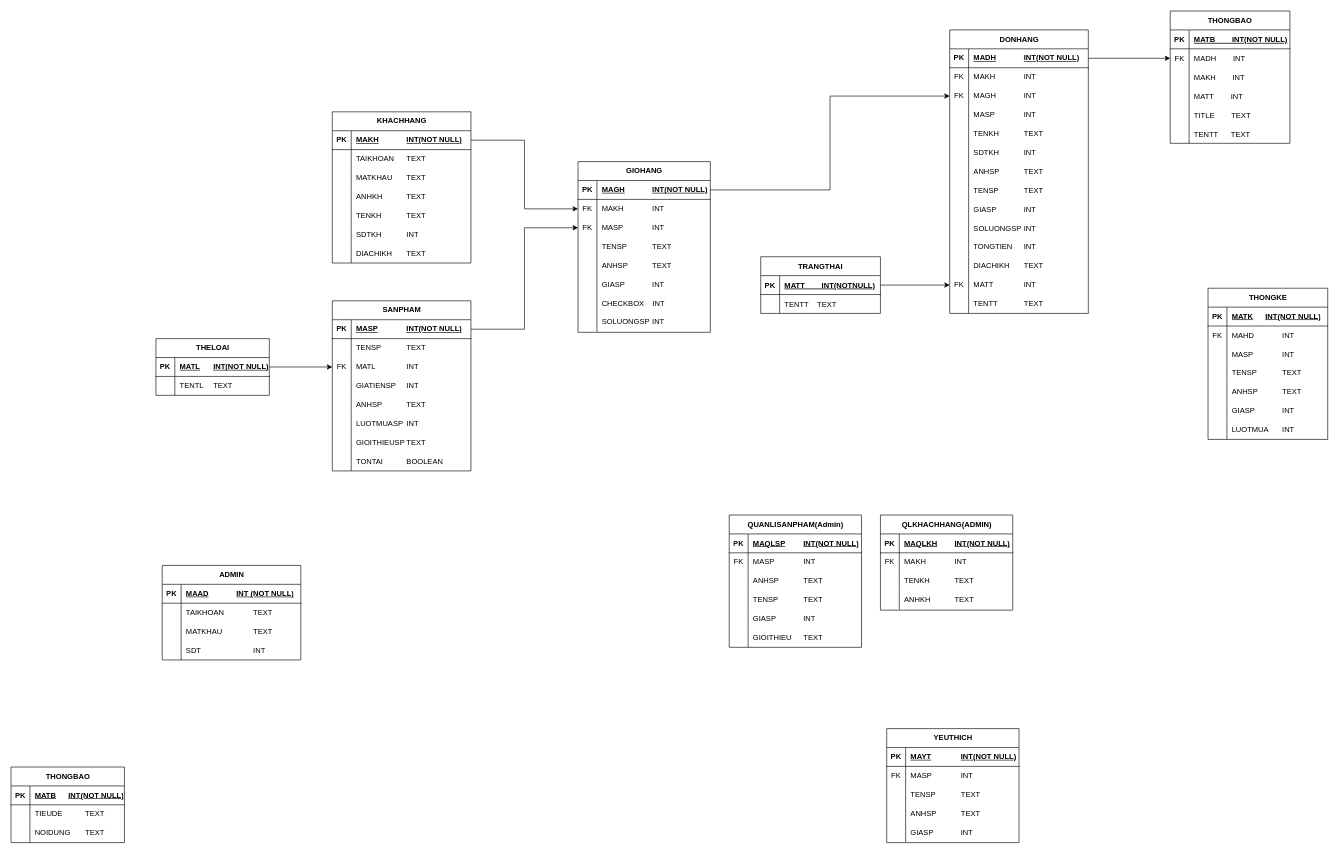
Above: Untitled Diagram.drawio in Minh209204/D-n-1 (draw.io), before the change. Source tidied: cells renumbered, new cells numbered last; positions are measured from the earlier drawing's top-left corner, leaving out a move shared by most shapes. Both pictures are drawn from the tidied source at 63%, with x=0, y=0 at pixel (11, 11).
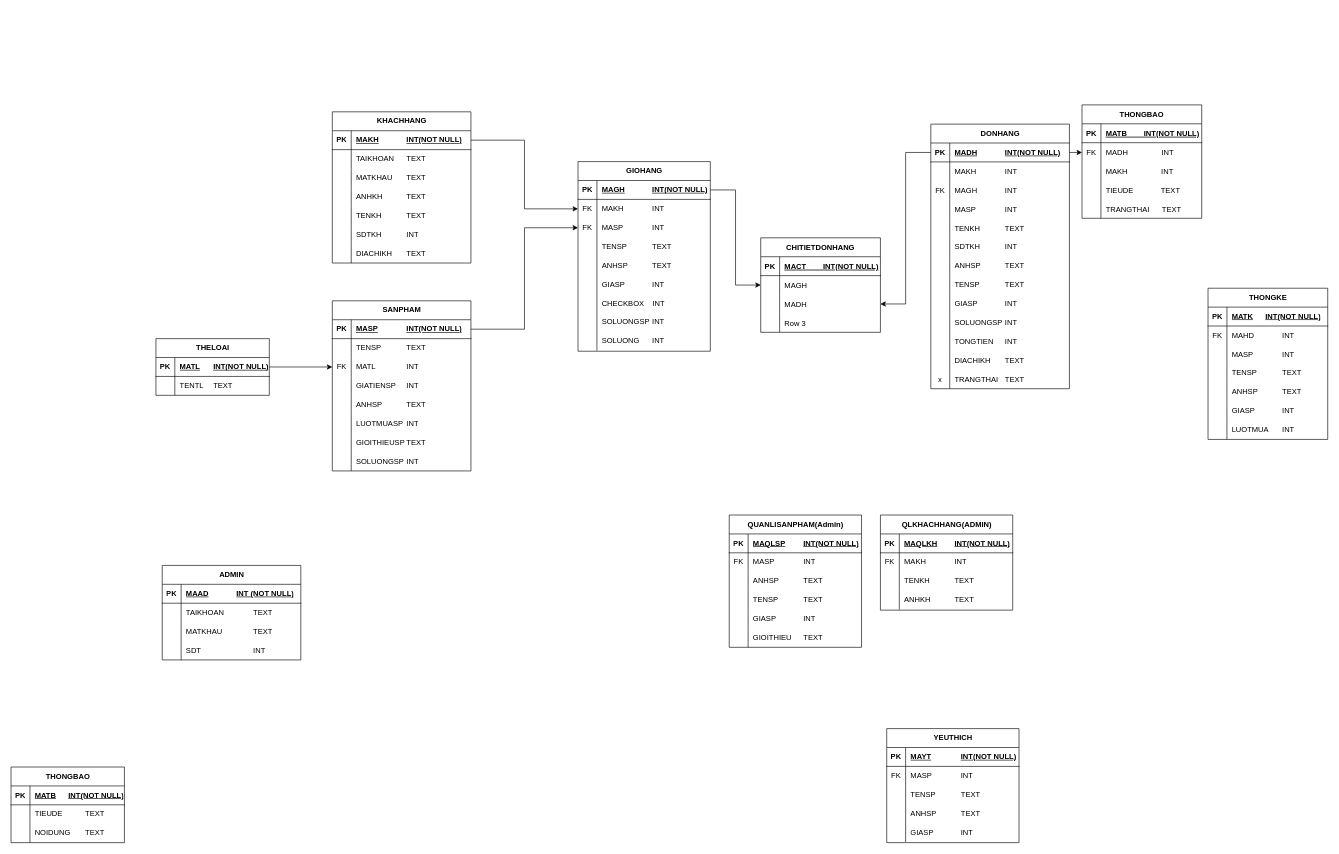
The same diagram, later.

Unchanged cells that the change refers to:
```xml
<mxCell id="3" style="shape=tableRow;horizontal=0;startSize=0;swimlaneHead=0;swimlaneBody=0;fillColor=none;points=[[0,0.5],[1,0.5]];portConstraint=eastwest;top=0;left=0;right=0;bottom=1;" parent="2" vertex="1">
  <mxGeometry y="30" width="220" height="30" as="geometry" />
</mxCell>
<mxCell id="38" style="shape=tableRow;horizontal=0;startSize=0;swimlaneHead=0;swimlaneBody=0;fillColor=none;points=[[0,0.5],[1,0.5]];portConstraint=eastwest;top=0;left=0;right=0;bottom=1;" parent="37" vertex="1">
  <mxGeometry y="30" width="210" height="30" as="geometry" />
</mxCell>
<mxCell id="41" style="shape=tableRow;horizontal=0;startSize=0;swimlaneHead=0;swimlaneBody=0;fillColor=none;points=[[0,0.5],[1,0.5]];portConstraint=eastwest;top=0;left=0;right=0;bottom=0;" parent="37" vertex="1">
  <mxGeometry y="60" width="210" height="30" as="geometry" />
</mxCell>
<mxCell id="84" style="shape=tableRow;horizontal=0;startSize=0;swimlaneHead=0;swimlaneBody=0;fillColor=none;top=0;left=0;right=0;bottom=0;" parent="62" vertex="1">
  <mxGeometry y="240" width="220" height="30" as="geometry" />
</mxCell>
<mxCell id="178" style="shape=tableRow;horizontal=0;startSize=0;swimlaneHead=0;swimlaneBody=0;fillColor=none;points=[[0,0.5],[1,0.5]];portConstraint=eastwest;top=0;left=0;right=0;bottom=1;" parent="177" vertex="1">
  <mxGeometry y="30" width="220" height="30" as="geometry" />
</mxCell>
<mxCell id="181" style="shape=tableRow;horizontal=0;startSize=0;swimlaneHead=0;swimlaneBody=0;fillColor=none;top=0;left=0;right=0;bottom=0;" parent="177" vertex="1">
  <mxGeometry y="60" width="220" height="30" as="geometry" />
</mxCell>
<mxCell id="184" style="shape=tableRow;horizontal=0;startSize=0;swimlaneHead=0;swimlaneBody=0;fillColor=none;points=[[0,0.5],[1,0.5]];portConstraint=eastwest;top=0;left=0;right=0;bottom=0;" parent="177" vertex="1">
  <mxGeometry y="90" width="220" height="30" as="geometry" />
</mxCell>
<mxCell id="224" style="shape=tableRow;horizontal=0;startSize=0;swimlaneHead=0;swimlaneBody=0;fillColor=none;points=[[0,0.5],[1,0.5]];portConstraint=eastwest;top=0;left=0;right=0;bottom=0;" parent="220" vertex="1">
  <mxGeometry y="60" width="190" height="30" as="geometry" />
</mxCell>
<mxCell id="227" style="shape=tableRow;horizontal=0;startSize=0;swimlaneHead=0;swimlaneBody=0;fillColor=none;top=0;left=0;right=0;bottom=0;" parent="220" vertex="1">
  <mxGeometry y="90" width="190" height="30" as="geometry" />
</mxCell>
```

What changed in the source:
```diff
@@
     <mxCell id="37" value="GIOHANG" style="shape=table;startSize=30;childLayout=tableLayout;rowLines=0;fontStyle=1;align=center;html=1;" parent="1" vertex="1">
-      <mxGeometry x="900" y="239" width="210" height="271" as="geometry" />
+      <mxGeometry x="900" y="239" width="210" height="301" as="geometry" />
     </mxCell>
@@
+    <mxCell id="249" style="shape=tableRow;horizontal=0;startSize=0;swimlaneHead=0;swimlaneBody=0;fillColor=none;top=0;left=0;right=0;bottom=0;" parent="37" vertex="1">
+      <mxGeometry y="270" width="210" height="30" as="geometry" />
+    </mxCell>
+    <mxCell id="250" style="shape=partialRectangle;fillColor=none;top=0;left=0;bottom=0;right=0;overflow=hidden;whiteSpace=wrap;html=1;" parent="249" vertex="1">
+      <mxGeometry width="30" height="30" as="geometry" />
+    </mxCell>
+    <mxCell id="251" value="SOLUONG&lt;span style=&quot;white-space: pre;&quot;&gt;&#9;&lt;/span&gt;INT" style="shape=partialRectangle;fillColor=none;top=0;left=0;bottom=0;right=0;align=left;spacingLeft=6;overflow=hidden;whiteSpace=wrap;html=1;" parent="249" vertex="1">
+      <mxGeometry x="30" width="180" height="30" as="geometry" />
+    </mxCell>
@@
-    <mxCell id="86" value="TONTAI&lt;span style=&quot;white-space: pre;&quot;&gt;&#9;&lt;/span&gt;&lt;span style=&quot;white-space: pre;&quot;&gt;&#9;&lt;/span&gt;BOOLEAN" style="shape=partialRectangle;fillColor=none;top=0;left=0;bottom=0;right=0;align=left;spacingLeft=6;overflow=hidden;whiteSpace=wrap;html=1;" parent="84" vertex="1">
+    <mxCell id="86" value="SOLUONGSP&lt;span style=&quot;white-space: pre;&quot;&gt;&#9;&lt;/span&gt;INT" style="shape=partialRectangle;fillColor=none;top=0;left=0;bottom=0;right=0;align=left;spacingLeft=6;overflow=hidden;whiteSpace=wrap;html=1;" parent="84" vertex="1">
       <mxGeometry x="30" width="190" height="30" as="geometry" />
     </mxCell>
@@
-    <mxCell id="176" style="edgeStyle=orthogonalEdgeStyle;rounded=0;jettySize=auto;html=1;exitX=1;exitY=0.5;exitDx=0;exitDy=0;entryX=0;entryY=0.5;entryDx=0;entryDy=0;" parent="1" edge="1" source="38" target="184">
-      <mxGeometry relative="1" as="geometry" />
-    </mxCell>
     <mxCell id="177" value="DONHANG" style="shape=table;startSize=30;childLayout=tableLayout;rowLines=0;fontStyle=1;align=center;html=1;" parent="1" vertex="1">
-      <mxGeometry x="1490" y="30" width="220" height="450" as="geometry" />
+      <mxGeometry x="1460" y="179.5" width="220" height="420" as="geometry" />
     </mxCell>
@@
-    <mxCell id="182" value="FK" style="shape=partialRectangle;fillColor=none;top=0;left=0;bottom=0;right=0;overflow=hidden;whiteSpace=wrap;html=1;" parent="181" vertex="1">
+    <mxCell id="182" style="shape=partialRectangle;fillColor=none;top=0;left=0;bottom=0;right=0;overflow=hidden;whiteSpace=wrap;html=1;" parent="181" vertex="1">
       <mxGeometry width="30" height="30" as="geometry" />
     </mxCell>
@@
-    <mxCell id="214" style="shape=tableRow;horizontal=0;startSize=0;swimlaneHead=0;swimlaneBody=0;fillColor=none;points=[[0,0.5],[1,0.5]];portConstraint=eastwest;top=0;left=0;right=0;bottom=0;" parent="177" vertex="1">
-      <mxGeometry y="390" width="220" height="30" as="geometry" />
-    </mxCell>
-    <mxCell id="215" value="FK" style="shape=partialRectangle;fillColor=none;top=0;left=0;bottom=0;right=0;overflow=hidden;whiteSpace=wrap;html=1;" parent="214" vertex="1">
-      <mxGeometry width="30" height="30" as="geometry" />
-    </mxCell>
-    <mxCell id="216" value="MATT&lt;span style=&quot;white-space: pre;&quot;&gt;&#9;&lt;span style=&quot;white-space: pre;&quot;&gt;&#9;&lt;/span&gt;&lt;/span&gt;INT" style="shape=partialRectangle;fillColor=none;top=0;left=0;bottom=0;right=0;align=left;spacingLeft=6;overflow=hidden;whiteSpace=wrap;html=1;" parent="214" vertex="1">
-      <mxGeometry x="30" width="190" height="30" as="geometry" />
-    </mxCell>
     <mxCell id="217" style="shape=tableRow;horizontal=0;startSize=0;swimlaneHead=0;swimlaneBody=0;fillColor=none;top=0;left=0;right=0;bottom=0;" parent="177" vertex="1">
-      <mxGeometry y="420" width="220" height="30" as="geometry" />
+      <mxGeometry y="390" width="220" height="30" as="geometry" />
     </mxCell>
-    <mxCell id="218" style="shape=partialRectangle;fillColor=none;top=0;left=0;bottom=0;right=0;overflow=hidden;whiteSpace=wrap;html=1;" parent="217" vertex="1">
+    <mxCell id="218" value="x" style="shape=partialRectangle;fillColor=none;top=0;left=0;bottom=0;right=0;overflow=hidden;whiteSpace=wrap;html=1;" parent="217" vertex="1">
       <mxGeometry width="30" height="30" as="geometry" />
     </mxCell>
-    <mxCell id="219" value="TENTT&lt;span style=&quot;white-space: pre;&quot;&gt;&#9;&lt;/span&gt;&lt;span style=&quot;white-space: pre;&quot;&gt;&#9;&lt;/span&gt;TEXT" style="shape=partialRectangle;fillColor=none;top=0;left=0;bottom=0;right=0;align=left;spacingLeft=6;overflow=hidden;whiteSpace=wrap;html=1;" parent="217" vertex="1">
+    <mxCell id="219" value="TRANGTHAI&lt;span style=&quot;white-space: pre;&quot;&gt;&#9;&lt;/span&gt;TEXT" style="shape=partialRectangle;fillColor=none;top=0;left=0;bottom=0;right=0;align=left;spacingLeft=6;overflow=hidden;whiteSpace=wrap;html=1;" parent="217" vertex="1">
       <mxGeometry x="30" width="190" height="30" as="geometry" />
     </mxCell>
     <mxCell id="220" value="THONGBAO" style="shape=table;startSize=30;childLayout=tableLayout;rowLines=0;fontStyle=1;align=center;" parent="1" vertex="1">
-      <mxGeometry x="1840" width="190" height="210" as="geometry" />
+      <mxGeometry x="1700" y="149" width="190" height="180" as="geometry" />
     </mxCell>
@@
-    <mxCell id="226" value="MADH        INT" style="shape=partialRectangle;fillColor=none;top=0;left=0;bottom=0;right=0;align=left;spacingLeft=6;overflow=hidden;" parent="224" vertex="1">
+    <mxCell id="226" value="MADH                INT" style="shape=partialRectangle;fillColor=none;top=0;left=0;bottom=0;right=0;align=left;spacingLeft=6;overflow=hidden;" parent="224" vertex="1">
       <mxGeometry x="30" width="160" height="30" as="geometry" />
     </mxCell>
@@
-    <mxCell id="229" value="MAKH        INT" style="shape=partialRectangle;fillColor=none;top=0;left=0;bottom=0;right=0;align=left;spacingLeft=6;overflow=hidden;" parent="227" vertex="1">
+    <mxCell id="229" value="MAKH                INT" style="shape=partialRectangle;fillColor=none;top=0;left=0;bottom=0;right=0;align=left;spacingLeft=6;overflow=hidden;" parent="227" vertex="1">
       <mxGeometry x="30" width="160" height="30" as="geometry" />
     </mxCell>
-    <mxCell id="230" style="shape=tableRow;horizontal=0;startSize=0;swimlaneHead=0;swimlaneBody=0;fillColor=none;top=0;left=0;right=0;bottom=0;" parent="220" vertex="1">
-      <mxGeometry y="120" width="190" height="30" as="geometry" />
-    </mxCell>
-    <mxCell id="231" style="shape=partialRectangle;fillColor=none;top=0;left=0;bottom=0;right=0;overflow=hidden;" parent="230" vertex="1">
-      <mxGeometry width="30" height="30" as="geometry" />
-    </mxCell>
-    <mxCell id="232" value="MATT        INT" style="shape=partialRectangle;fillColor=none;top=0;left=0;bottom=0;right=0;align=left;spacingLeft=6;overflow=hidden;" parent="230" vertex="1">
-      <mxGeometry x="30" width="160" height="30" as="geometry" />
-    </mxCell>
     <mxCell id="233" style="shape=tableRow;horizontal=0;startSize=0;swimlaneHead=0;swimlaneBody=0;fillColor=none;top=0;left=0;right=0;bottom=0;" parent="220" vertex="1">
-      <mxGeometry y="150" width="190" height="30" as="geometry" />
+      <mxGeometry y="120" width="190" height="30" as="geometry" />
     </mxCell>
@@
-    <mxCell id="235" value="TITLE        TEXT" style="shape=partialRectangle;fillColor=none;top=0;left=0;bottom=0;right=0;align=left;spacingLeft=6;overflow=hidden;" parent="233" vertex="1">
+    <mxCell id="235" value="TIEUDE             TEXT" style="shape=partialRectangle;fillColor=none;top=0;left=0;bottom=0;right=0;align=left;spacingLeft=6;overflow=hidden;" parent="233" vertex="1">
       <mxGeometry x="30" width="160" height="30" as="geometry" />
     </mxCell>
     <mxCell id="236" style="shape=tableRow;horizontal=0;startSize=0;swimlaneHead=0;swimlaneBody=0;fillColor=none;top=0;left=0;right=0;bottom=0;" parent="220" vertex="1">
-      <mxGeometry y="180" width="190" height="30" as="geometry" />
+      <mxGeometry y="150" width="190" height="30" as="geometry" />
     </mxCell>
@@
-    <mxCell id="238" value="TENTT      TEXT" style="shape=partialRectangle;fillColor=none;top=0;left=0;bottom=0;right=0;align=left;spacingLeft=6;overflow=hidden;" parent="236" vertex="1">
+    <mxCell id="238" value="TRANGTHAI      TEXT" style="shape=partialRectangle;fillColor=none;top=0;left=0;bottom=0;right=0;align=left;spacingLeft=6;overflow=hidden;" parent="236" vertex="1">
       <mxGeometry x="30" width="160" height="30" as="geometry" />
     </mxCell>
-    <mxCell id="239" value="TRANGTHAI" style="shape=table;startSize=30;childLayout=tableLayout;rowLines=0;fontStyle=1;align=center;" parent="1" vertex="1">
-      <mxGeometry x="1190" y="390" width="190" height="90" as="geometry" />
-    </mxCell>
+    <mxCell id="247" style="edgeStyle=orthogonalEdgeStyle;rounded=0;jettySize=auto;html=1;exitX=1;exitY=0.5;exitDx=0;exitDy=0;entryX=0;entryY=0.5;entryDx=0;entryDy=0;" parent="1" edge="1" source="3" target="41">
+      <mxGeometry relative="1" as="geometry" />
+    </mxCell>
+    <mxCell id="248" style="edgeStyle=orthogonalEdgeStyle;rounded=0;jettySize=auto;html=1;exitX=1;exitY=0.5;exitDx=0;exitDy=0;" parent="1" edge="1" source="178" target="224">
+      <mxGeometry relative="1" as="geometry" />
+    </mxCell>
+    <mxCell id="252" value="CHITIETDONHANG" style="shape=table;startSize=30;childLayout=tableLayout;rowLines=0;fontStyle=1;align=center;" parent="1" vertex="1">
+      <mxGeometry x="1190" y="360" width="190" height="150" as="geometry" />
+    </mxCell>
-    <mxCell id="240" style="shape=tableRow;horizontal=0;startSize=0;swimlaneHead=0;swimlaneBody=0;fillColor=none;points=[[0,0.5],[1,0.5]];portConstraint=eastwest;top=0;left=0;right=0;bottom=1;" parent="239" vertex="1">
+    <mxCell id="240" style="shape=tableRow;horizontal=0;startSize=0;swimlaneHead=0;swimlaneBody=0;fillColor=none;points=[[0,0.5],[1,0.5]];portConstraint=eastwest;top=0;left=0;right=0;bottom=1;" parent="252" vertex="1">
       <mxGeometry y="30" width="190" height="30" as="geometry" />
     </mxCell>
@@
-    <mxCell id="242" value="MATT        INT(NOTNULL)" style="shape=partialRectangle;fillColor=none;top=0;left=0;bottom=0;right=0;align=left;spacingLeft=6;fontStyle=5;overflow=hidden;" parent="240" vertex="1">
-      <mxGeometry x="30" width="160" height="30" as="geometry" />
-    </mxCell>
+    <mxCell id="253" value="MACT        INT(NOT NULL)" style="shape=partialRectangle;fillColor=none;top=0;left=0;bottom=0;right=0;align=left;spacingLeft=6;fontStyle=5;overflow=hidden;" parent="240" vertex="1">
+      <mxGeometry x="30" width="160" height="30" as="geometry" />
+    </mxCell>
-    <mxCell id="243" style="shape=tableRow;horizontal=0;startSize=0;swimlaneHead=0;swimlaneBody=0;fillColor=none;points=[[0,0.5],[1,0.5]];portConstraint=eastwest;top=0;left=0;right=0;bottom=0;" parent="239" vertex="1">
+    <mxCell id="243" style="shape=tableRow;horizontal=0;startSize=0;swimlaneHead=0;swimlaneBody=0;fillColor=none;points=[[0,0.5],[1,0.5]];portConstraint=eastwest;top=0;left=0;right=0;bottom=0;" parent="252" vertex="1">
       <mxGeometry y="60" width="190" height="30" as="geometry" />
     </mxCell>
-    <mxCell id="244" style="shape=partialRectangle;fillColor=none;top=0;left=0;bottom=0;right=0;overflow=hidden;" parent="243" vertex="1">
-      <mxGeometry width="30" height="30" as="geometry" />
-    </mxCell>
-    <mxCell id="245" value="TENTT    TEXT" style="shape=partialRectangle;fillColor=none;top=0;left=0;bottom=0;right=0;align=left;spacingLeft=6;overflow=hidden;" parent="243" vertex="1">
-      <mxGeometry x="30" width="160" height="30" as="geometry" />
-    </mxCell>
-    <mxCell id="246" style="edgeStyle=orthogonalEdgeStyle;rounded=0;jettySize=auto;html=1;entryX=0;entryY=0.5;entryDx=0;entryDy=0;" parent="1" edge="1" source="240" target="214">
-      <mxGeometry relative="1" as="geometry" />
-    </mxCell>
-    <mxCell id="247" style="edgeStyle=orthogonalEdgeStyle;rounded=0;jettySize=auto;html=1;exitX=1;exitY=0.5;exitDx=0;exitDy=0;entryX=0;entryY=0.5;entryDx=0;entryDy=0;" parent="1" edge="1" source="3" target="41">
-      <mxGeometry relative="1" as="geometry" />
-    </mxCell>
-    <mxCell id="248" style="edgeStyle=orthogonalEdgeStyle;rounded=0;jettySize=auto;html=1;exitX=1;exitY=0.5;exitDx=0;exitDy=0;" parent="1" edge="1" source="178" target="224">
-      <mxGeometry relative="1" as="geometry" />
-    </mxCell>
+    <mxCell id="254" style="shape=partialRectangle;fillColor=none;top=0;left=0;bottom=0;right=0;overflow=hidden;" parent="243" vertex="1">
+      <mxGeometry width="30" height="30" as="geometry" />
+    </mxCell>
+    <mxCell id="255" value="MAGH        " style="shape=partialRectangle;fillColor=none;top=0;left=0;bottom=0;right=0;align=left;spacingLeft=6;overflow=hidden;" parent="243" vertex="1">
+      <mxGeometry x="30" width="160" height="30" as="geometry" />
+    </mxCell>
+    <mxCell id="256" style="shape=tableRow;horizontal=0;startSize=0;swimlaneHead=0;swimlaneBody=0;fillColor=none;points=[[0,0.5],[1,0.5]];portConstraint=eastwest;top=0;left=0;right=0;bottom=0;" parent="252" vertex="1">
+      <mxGeometry y="90" width="190" height="30" as="geometry" />
+    </mxCell>
+    <mxCell id="257" style="shape=partialRectangle;fillColor=none;top=0;left=0;bottom=0;right=0;overflow=hidden;" parent="256" vertex="1">
+      <mxGeometry width="30" height="30" as="geometry" />
+    </mxCell>
+    <mxCell id="258" value="MADH" style="shape=partialRectangle;fillColor=none;top=0;left=0;bottom=0;right=0;align=left;spacingLeft=6;overflow=hidden;" parent="256" vertex="1">
+      <mxGeometry x="30" width="160" height="30" as="geometry" />
+    </mxCell>
+    <mxCell id="230" style="shape=tableRow;horizontal=0;startSize=0;swimlaneHead=0;swimlaneBody=0;fillColor=none;top=0;left=0;right=0;bottom=0;" parent="252" vertex="1">
+      <mxGeometry y="120" width="190" height="30" as="geometry" />
+    </mxCell>
+    <mxCell id="259" style="shape=partialRectangle;fillColor=none;top=0;left=0;bottom=0;right=0;overflow=hidden;" parent="230" vertex="1">
+      <mxGeometry width="30" height="30" as="geometry" />
+    </mxCell>
+    <mxCell id="260" value="Row 3" style="shape=partialRectangle;fillColor=none;top=0;left=0;bottom=0;right=0;align=left;spacingLeft=6;overflow=hidden;" parent="230" vertex="1">
+      <mxGeometry x="30" width="160" height="30" as="geometry" />
+    </mxCell>
+    <mxCell id="261" style="edgeStyle=orthogonalEdgeStyle;rounded=0;jettySize=auto;html=1;exitX=1;exitY=0.5;exitDx=0;exitDy=0;entryX=0;entryY=0.5;entryDx=0;entryDy=0;" parent="1" edge="1" source="38" target="243">
+      <mxGeometry relative="1" as="geometry" />
+    </mxCell>
+    <mxCell id="262" style="edgeStyle=orthogonalEdgeStyle;rounded=0;jettySize=auto;html=1;exitX=0;exitY=0.5;exitDx=0;exitDy=0;entryX=1;entryY=0.5;entryDx=0;entryDy=0;" parent="1" edge="1" source="178" target="256">
+      <mxGeometry relative="1" as="geometry" />
+    </mxCell>
```
